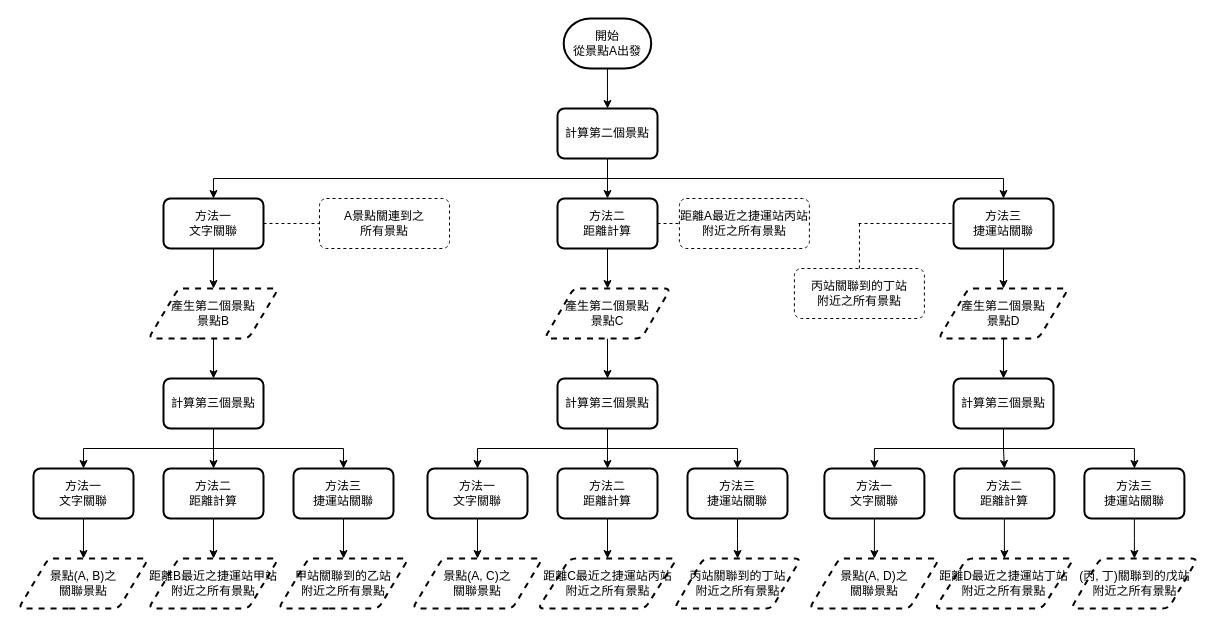
Above: page "Page-4" (4 of 5) of ActivityDiagram.drawio in Niomoo/PeteBudaeJjigae (draw.io), before the change. Source tidied: cells renumbered, new cells numbered last; positions are measured from the earlier drawing's top-left corner, leaving out a move shared by most shapes. Both pictures are drawn from the tidied source at 100%, with x=0, y=0 at pixel (18, 18).
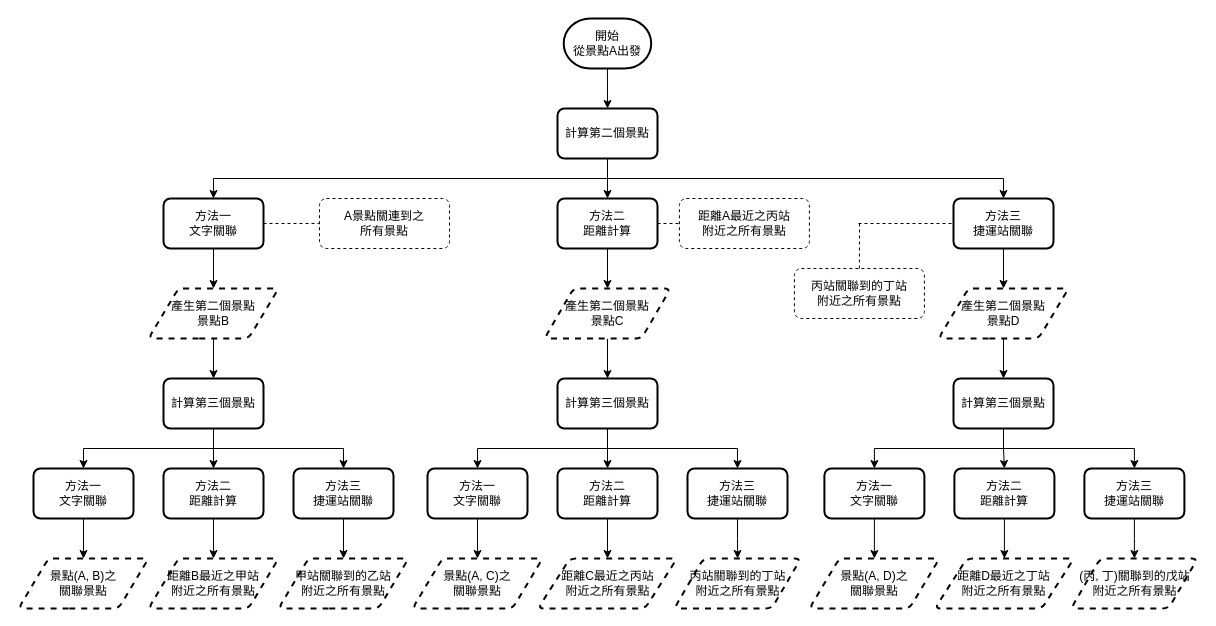
The same diagram, later.

The edit, as a diff of the source:
```diff
@@
-    <mxCell id="14" value="距離A最近之捷運站丙站&lt;br&gt;附近之所有景點" style="rounded=1;whiteSpace=wrap;html=1;absoluteArcSize=1;arcSize=14;strokeWidth=1;dashed=1;" parent="1" vertex="1">
+    <mxCell id="14" value="距離A最近之丙站&lt;br&gt;附近之所有景點" style="rounded=1;whiteSpace=wrap;html=1;absoluteArcSize=1;arcSize=14;strokeWidth=1;dashed=1;" parent="1" vertex="1">
       <mxGeometry x="660.9" y="180" width="130" height="50" as="geometry" />
     </mxCell>
@@
-    <mxCell id="44" value="距離B最近之捷運站甲站&lt;br&gt;附近之所有景點" style="shape=parallelogram;html=1;strokeWidth=2;perimeter=parallelogramPerimeter;whiteSpace=wrap;rounded=1;arcSize=12;size=0.23;dashed=1;" parent="1" vertex="1">
+    <mxCell id="44" value="距離B最近之甲站&lt;br&gt;附近之所有景點" style="shape=parallelogram;html=1;strokeWidth=2;perimeter=parallelogramPerimeter;whiteSpace=wrap;rounded=1;arcSize=12;size=0.23;dashed=1;" parent="1" vertex="1">
       <mxGeometry x="130" y="540" width="130" height="50" as="geometry" />
     </mxCell>
@@
-    <mxCell id="53" value="距離C最近之捷運站丙站&lt;br&gt;附近之所有景點" style="shape=parallelogram;html=1;strokeWidth=2;perimeter=parallelogramPerimeter;whiteSpace=wrap;rounded=1;arcSize=12;size=0.23;dashed=1;" parent="1" vertex="1">
+    <mxCell id="53" value="距離C最近之丙站&lt;br&gt;附近之所有景點" style="shape=parallelogram;html=1;strokeWidth=2;perimeter=parallelogramPerimeter;whiteSpace=wrap;rounded=1;arcSize=12;size=0.23;dashed=1;" parent="1" vertex="1">
       <mxGeometry x="519.5" y="540" width="139" height="50" as="geometry" />
     </mxCell>
@@
-    <mxCell id="62" value="距離D最近之捷運站丁站&lt;br&gt;附近之所有景點" style="shape=parallelogram;html=1;strokeWidth=2;perimeter=parallelogramPerimeter;whiteSpace=wrap;rounded=1;arcSize=12;size=0.23;dashed=1;" parent="1" vertex="1">
+    <mxCell id="62" value="距離D最近之丁站&lt;br&gt;附近之所有景點" style="shape=parallelogram;html=1;strokeWidth=2;perimeter=parallelogramPerimeter;whiteSpace=wrap;rounded=1;arcSize=12;size=0.23;dashed=1;" parent="1" vertex="1">
       <mxGeometry x="916.4" y="540" width="139" height="50" as="geometry" />
     </mxCell>
```
